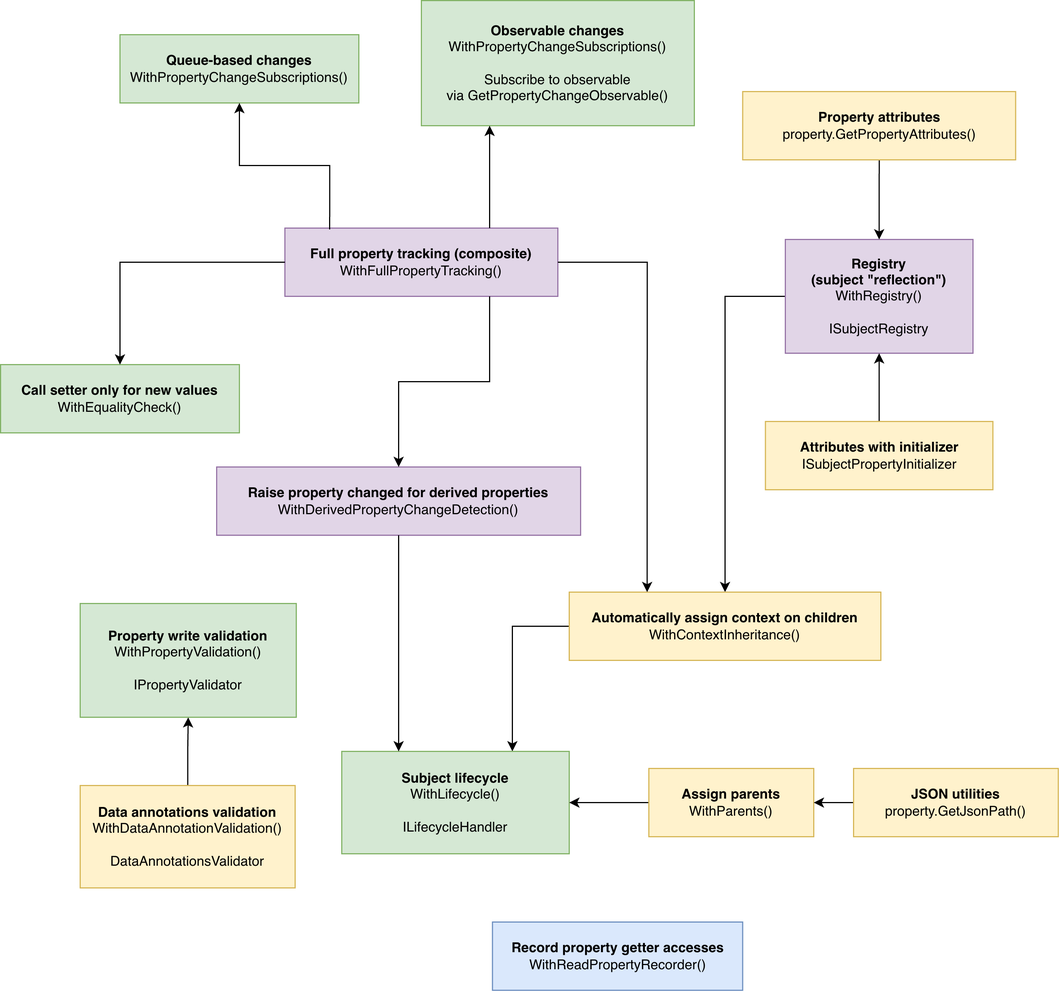
Above: features.png in RicoSuter/Namotion.Interceptor (draw.io), before the change. Source tidied: cells renumbered, new cells last; positions are measured from the earlier drawing's top-left corner, leaving out a move shared by most shapes.
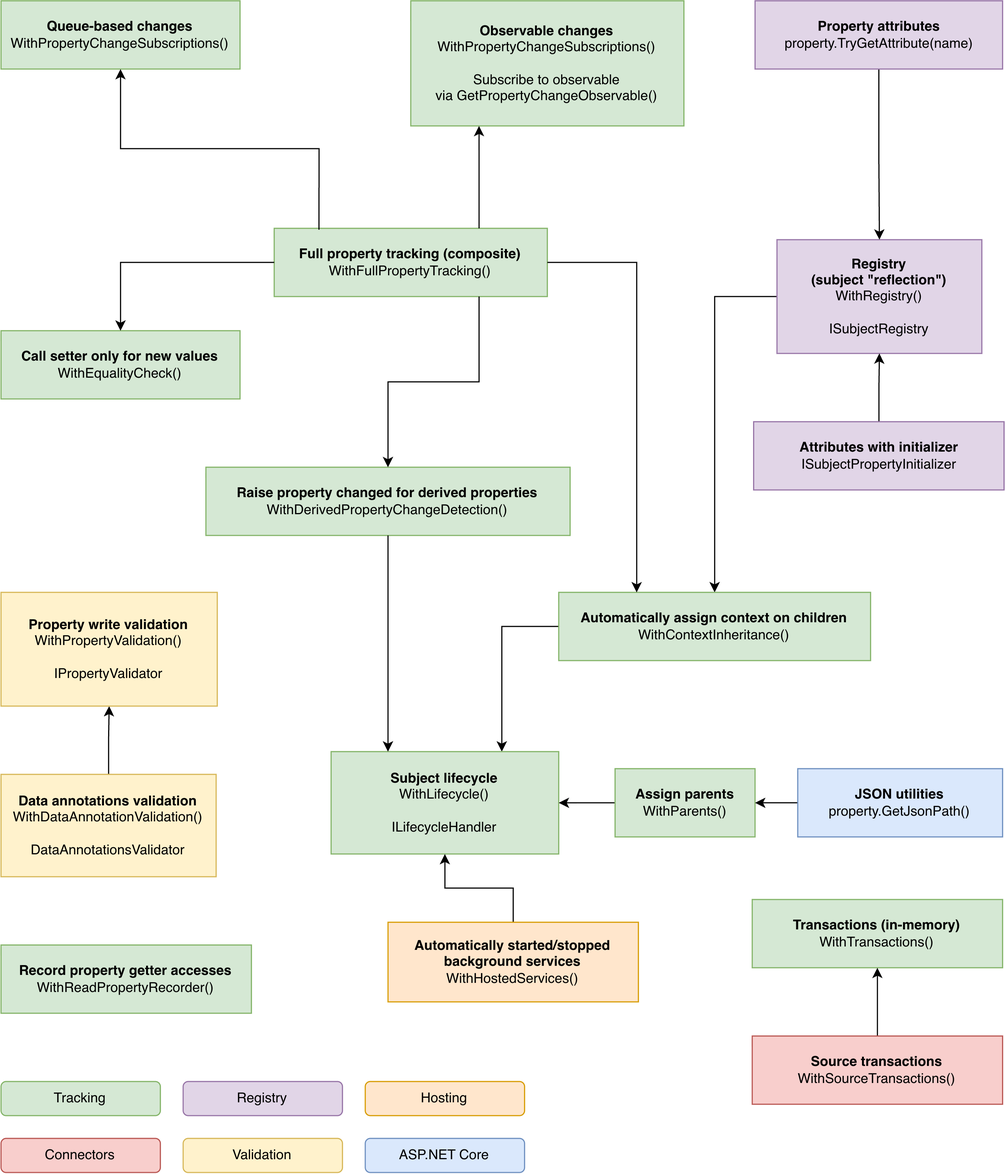
Above is the later version.

Commit message:
docs: recolor the feature diagram by package and correct the README (#590)

What changed in the source:
```diff
@@ -5,17 +5,17 @@
     <mxCell id="2" style="edgeStyle=orthogonalEdgeStyle;rounded=0;jettySize=auto;html=1;entryX=0.5;entryY=1;entryDx=0;entryDy=0;" parent="1" edge="1" source="4" target="3">
       <mxGeometry relative="1" as="geometry" />
     </mxCell>
-    <mxCell id="3" value="&lt;div&gt;&lt;b&gt;Property write validation&lt;/b&gt;&lt;/div&gt;&lt;div&gt;WithPropertyValidation()&lt;/div&gt;&lt;div&gt;&lt;br&gt;&lt;/div&gt;IPropertyValidator" style="rounded=0;whiteSpace=wrap;html=1;fillColor=#d5e8d4;strokeColor=#82b366;" parent="1" vertex="1">
-      <mxGeometry x="70" y="530" width="190" height="100" as="geometry" />
+    <mxCell id="3" value="&lt;div&gt;&lt;b&gt;Property write validation&lt;/b&gt;&lt;/div&gt;&lt;div&gt;WithPropertyValidation()&lt;/div&gt;&lt;div&gt;&lt;br&gt;&lt;/div&gt;IPropertyValidator" style="rounded=0;whiteSpace=wrap;html=1;fillColor=#fff2cc;strokeColor=#d6b656;" parent="1" vertex="1">
+      <mxGeometry x="10" y="520" width="190" height="100" as="geometry" />
     </mxCell>
     <mxCell id="4" value="&lt;div&gt;&lt;b&gt;&lt;span style=&quot;background-color: initial;&quot;&gt;Data annotations validation&lt;/span&gt;&lt;/b&gt;&lt;/div&gt;&lt;div&gt;&lt;span style=&quot;background-color: initial;&quot;&gt;WithDataAnnotationValidation()&lt;/span&gt;&lt;br&gt;&lt;/div&gt;&lt;div&gt;&lt;br&gt;&lt;/div&gt;DataAnnotationsValidator" style="rounded=0;whiteSpace=wrap;html=1;fillColor=#fff2cc;strokeColor=#d6b656;" parent="1" vertex="1">
-      <mxGeometry x="70" y="690" width="189" height="90" as="geometry" />
+      <mxGeometry x="10" y="680" width="189" height="90" as="geometry" />
     </mxCell>
     <mxCell id="5" style="edgeStyle=orthogonalEdgeStyle;rounded=0;jettySize=auto;html=1;entryX=0.5;entryY=0;entryDx=0;entryDy=0;exitX=0;exitY=0.5;exitDx=0;exitDy=0;" parent="1" edge="1" source="6" target="9">
       <mxGeometry relative="1" as="geometry" />
     </mxCell>
     <mxCell id="6" value="&lt;b&gt;Registry &lt;br&gt;(subject &quot;reflection&quot;)&lt;/b&gt;&lt;div&gt;WithRegistry()&lt;/div&gt;&lt;div&gt;&lt;br&gt;&lt;div&gt;ISubjectRegistry&lt;br&gt;&lt;/div&gt;&lt;/div&gt;" style="rounded=0;whiteSpace=wrap;html=1;fillColor=#e1d5e7;strokeColor=#9673a6;" parent="1" vertex="1">
-      <mxGeometry x="690" y="210" width="165" height="100" as="geometry" />
+      <mxGeometry x="691.8" y="210" width="180" height="100" as="geometry" />
     </mxCell>
     <mxCell id="7" style="edgeStyle=orthogonalEdgeStyle;rounded=0;jettySize=auto;html=1;entryX=0.75;entryY=0;entryDx=0;entryDy=0;exitX=0;exitY=0.5;exitDx=0;exitDy=0;" parent="1" edge="1" source="9" target="8">
       <mxGeometry relative="1" as="geometry">
@@ -27,55 +27,49 @@
     <mxCell id="8" value="&lt;div&gt;&lt;b&gt;Subject lifecycle&lt;/b&gt;&lt;/div&gt;&lt;div&gt;WithLifecycle()&lt;br&gt;&lt;/div&gt;&lt;div&gt;&lt;br&gt;&lt;/div&gt;ILifecycleHandler" style="rounded=0;whiteSpace=wrap;html=1;fillColor=#d5e8d4;strokeColor=#82b366;" parent="1" vertex="1">
       <mxGeometry x="300" y="660" width="200" height="90" as="geometry" />
     </mxCell>
-    <mxCell id="9" value="&lt;div&gt;&lt;b&gt;Automatically assign context on children&lt;/b&gt;&lt;/div&gt;WithContextInheritance()" style="rounded=0;whiteSpace=wrap;html=1;fillColor=#fff2cc;strokeColor=#d6b656;" parent="1" vertex="1">
+    <mxCell id="9" value="&lt;div&gt;&lt;b&gt;Automatically assign context on children&lt;/b&gt;&lt;/div&gt;WithContextInheritance()" style="rounded=0;whiteSpace=wrap;html=1;fillColor=#d5e8d4;strokeColor=#82b366;" parent="1" vertex="1">
       <mxGeometry x="500" y="520" width="274" height="60" as="geometry" />
     </mxCell>
     <mxCell id="10" style="edgeStyle=orthogonalEdgeStyle;rounded=0;jettySize=auto;html=1;entryX=1;entryY=0.5;entryDx=0;entryDy=0;" parent="1" edge="1" source="11" target="8">
       <mxGeometry relative="1" as="geometry" />
     </mxCell>
-    <mxCell id="11" value="&lt;div&gt;&lt;b&gt;Assign parents&lt;/b&gt;&lt;/div&gt;WithParents()" style="rounded=0;whiteSpace=wrap;html=1;fillColor=#fff2cc;strokeColor=#d6b656;" parent="1" vertex="1">
-      <mxGeometry x="570" y="675" width="145" height="60" as="geometry" />
+    <mxCell id="11" value="&lt;div&gt;&lt;b&gt;Assign parents&lt;/b&gt;&lt;/div&gt;WithParents()" style="rounded=0;whiteSpace=wrap;html=1;fillColor=#d5e8d4;strokeColor=#82b366;" parent="1" vertex="1">
+      <mxGeometry x="549.5" y="675" width="123" height="60" as="geometry" />
     </mxCell>
     <mxCell id="12" value="&lt;div&gt;&lt;span style=&quot;background-color: initial;&quot;&gt;&lt;b&gt;Observable changes&lt;/b&gt;&lt;/span&gt;&lt;/div&gt;&lt;div&gt;&lt;span style=&quot;background-color: transparent;&quot;&gt;WithPropertyChangeSubscriptions&lt;/span&gt;&lt;span style=&quot;background-color: initial;&quot;&gt;()&lt;/span&gt;&lt;br&gt;&lt;/div&gt;&lt;div&gt;&lt;br&gt;&lt;/div&gt;&lt;div&gt;Subscribe to observable via&amp;nbsp;GetPropertyChangeObservable()&lt;/div&gt;" style="rounded=0;whiteSpace=wrap;html=1;fillColor=#d5e8d4;strokeColor=#82b366;" parent="1" vertex="1">
       <mxGeometry x="370" width="240" height="110" as="geometry" />
     </mxCell>
-    <mxCell id="13" value="&lt;div&gt;&lt;b&gt;Record property getter accesses&lt;/b&gt;&lt;/div&gt;WithReadPropertyRecorder()" style="rounded=0;whiteSpace=wrap;html=1;fillColor=#dae8fc;strokeColor=#6c8ebf;" parent="1" vertex="1">
-      <mxGeometry x="432.5" y="810" width="220" height="60" as="geometry" />
+    <mxCell id="13" value="&lt;div&gt;&lt;b&gt;Record property getter accesses&lt;/b&gt;&lt;/div&gt;WithReadPropertyRecorder()" style="rounded=0;whiteSpace=wrap;html=1;fillColor=#d5e8d4;strokeColor=#82b366;" parent="1" vertex="1">
+      <mxGeometry x="10" y="830" width="220" height="60" as="geometry" />
     </mxCell>
-    <mxCell id="14" value="&lt;div&gt;&lt;b&gt;Raise property changed for derived properties&lt;/b&gt;&lt;/div&gt;WithDerivedPropertyChangeDetection()" style="rounded=0;whiteSpace=wrap;html=1;fillColor=#e1d5e7;strokeColor=#9673a6;" parent="1" vertex="1">
+    <mxCell id="14" value="&lt;div&gt;&lt;b&gt;Raise property changed for derived properties&lt;/b&gt;&lt;/div&gt;WithDerivedPropertyChangeDetection()" style="rounded=0;whiteSpace=wrap;html=1;fillColor=#d5e8d4;strokeColor=#82b366;" parent="1" vertex="1">
       <mxGeometry x="190" y="410" width="320" height="60" as="geometry" />
     </mxCell>
     <mxCell id="15" style="edgeStyle=orthogonalEdgeStyle;rounded=0;jettySize=auto;html=1;entryX=0.25;entryY=0;entryDx=0;entryDy=0;" parent="1" edge="1" source="14" target="8">
       <mxGeometry relative="1" as="geometry" />
     </mxCell>
     <mxCell id="16" value="&lt;div&gt;&lt;b&gt;Call setter only for new values&lt;/b&gt;&lt;/div&gt;WithEqualityCheck()" style="rounded=0;whiteSpace=wrap;html=1;fillColor=#d5e8d4;strokeColor=#82b366;" parent="1" vertex="1">
-      <mxGeometry y="320" width="210" height="60" as="geometry" />
+      <mxGeometry x="10" y="290" width="210" height="60" as="geometry" />
     </mxCell>
     <mxCell id="17" style="edgeStyle=orthogonalEdgeStyle;rounded=0;jettySize=auto;html=1;entryX=1;entryY=0.5;entryDx=0;entryDy=0;" parent="1" edge="1" source="18" target="11">
       <mxGeometry relative="1" as="geometry" />
     </mxCell>
-    <mxCell id="18" value="&lt;b&gt;JSON utilities&lt;/b&gt;&lt;br&gt;property.GetJsonPath()" style="rounded=0;whiteSpace=wrap;html=1;fillColor=#fff2cc;strokeColor=#d6b656;" parent="1" vertex="1">
-      <mxGeometry x="750" y="675" width="180" height="60" as="geometry" />
+    <mxCell id="18" value="&lt;b&gt;JSON utilities&lt;/b&gt;&lt;br&gt;property.GetJsonPath()" style="rounded=0;whiteSpace=wrap;html=1;fillColor=#dae8fc;strokeColor=#6c8ebf;" parent="1" vertex="1">
+      <mxGeometry x="710" y="675" width="180" height="60" as="geometry" />
     </mxCell>
-    <mxCell id="19" style="edgeStyle=orthogonalEdgeStyle;rounded=0;jettySize=auto;html=1;entryX=0.5;entryY=0;entryDx=0;entryDy=0;exitX=0.5;exitY=1;exitDx=0;exitDy=0;" parent="1" edge="1" source="20" target="6">
-      <mxGeometry relative="1" as="geometry">
-        <Array as="points">
-          <mxPoint x="770" y="110" />
-          <mxPoint x="770" y="130" />
-          <mxPoint x="773" y="130" />
-        </Array>
-      </mxGeometry>
+    <mxCell id="19" style="edgeStyle=orthogonalEdgeStyle;rounded=0;jettySize=auto;html=1;entryX=0.5;entryY=0;entryDx=0;entryDy=0;" parent="1" edge="1" source="20" target="6">
+      <mxGeometry relative="1" as="geometry" />
     </mxCell>
-    <mxCell id="20" value="&lt;b&gt;Property attributes&lt;/b&gt;&lt;div&gt;property.GetPropertyAttributes()&lt;/div&gt;" style="rounded=0;whiteSpace=wrap;html=1;fillColor=#fff2cc;strokeColor=#d6b656;" parent="1" vertex="1">
-      <mxGeometry x="652.5" y="80" width="240" height="60" as="geometry" />
+    <mxCell id="20" value="&lt;b&gt;Property attributes&lt;/b&gt;&lt;div&gt;property.TryGetAttribute(name)&lt;/div&gt;" style="rounded=0;whiteSpace=wrap;html=1;fillColor=#e1d5e7;strokeColor=#9673a6;" parent="1" vertex="1">
+      <mxGeometry x="672.5" width="217.5" height="60" as="geometry" />
     </mxCell>
     <mxCell id="21" style="edgeStyle=orthogonalEdgeStyle;rounded=0;jettySize=auto;html=1;entryX=0.5;entryY=1;entryDx=0;entryDy=0;" parent="1" edge="1" source="22" target="6">
       <mxGeometry relative="1" as="geometry" />
     </mxCell>
-    <mxCell id="22" value="&lt;div&gt;&lt;b&gt;Attributes with initializer&lt;/b&gt;&lt;/div&gt;ISubjectPropertyInitializer" style="rounded=0;whiteSpace=wrap;html=1;fillColor=#fff2cc;strokeColor=#d6b656;" parent="1" vertex="1">
-      <mxGeometry x="672.5" y="370" width="200" height="60" as="geometry" />
+    <mxCell id="22" value="&lt;div&gt;&lt;b&gt;Attributes with initializer&lt;/b&gt;&lt;/div&gt;ISubjectPropertyInitializer" style="rounded=0;whiteSpace=wrap;html=1;fillColor=#e1d5e7;strokeColor=#9673a6;" parent="1" vertex="1">
+      <mxGeometry x="671.2" y="370" width="220" height="60" as="geometry" />
     </mxCell>
-    <mxCell id="23" value="&lt;div&gt;&lt;b&gt;Full property tracking (composite)&lt;/b&gt;&lt;/div&gt;WithFullPropertyTracking()" style="rounded=0;whiteSpace=wrap;html=1;fillColor=#e1d5e7;strokeColor=#9673a6;" parent="1" vertex="1">
+    <mxCell id="23" value="&lt;div&gt;&lt;b&gt;Full property tracking (composite)&lt;/b&gt;&lt;/div&gt;WithFullPropertyTracking()" style="rounded=0;whiteSpace=wrap;html=1;fillColor=#d5e8d4;strokeColor=#82b366;" parent="1" vertex="1">
       <mxGeometry x="250" y="200" width="240" height="60" as="geometry" />
     </mxCell>
     <mxCell id="24" style="edgeStyle=orthogonalEdgeStyle;rounded=0;jettySize=auto;html=1;entryX=0.5;entryY=0;entryDx=0;entryDy=0;exitX=0;exitY=0.5;exitDx=0;exitDy=0;" parent="1" edge="1" source="23" target="16">
@@ -91,10 +85,48 @@
       <mxGeometry relative="1" as="geometry" />
     </mxCell>
     <mxCell id="28" value="&lt;div&gt;&lt;b&gt;Queue-based changes&lt;/b&gt;&lt;/div&gt;WithPropertyChangeSubscriptions()" style="rounded=0;whiteSpace=wrap;html=1;fillColor=#d5e8d4;strokeColor=#82b366;" parent="1" vertex="1">
-      <mxGeometry x="105" y="30" width="210" height="60" as="geometry" />
+      <mxGeometry x="10" width="210" height="60" as="geometry" />
     </mxCell>
     <mxCell id="29" style="edgeStyle=orthogonalEdgeStyle;rounded=0;jettySize=auto;html=1;entryX=0.5;entryY=1;entryDx=0;entryDy=0;exitX=0.164;exitY=0.02;exitDx=0;exitDy=0;exitPerimeter=0;" parent="1" edge="1" source="23" target="28">
-      <mxGeometry relative="1" as="geometry" />
+      <mxGeometry relative="1" as="geometry">
+        <Array as="points">
+          <mxPoint x="289.4" y="130" />
+          <mxPoint x="115" y="130" />
+        </Array>
+      </mxGeometry>
     </mxCell>
+    <mxCell id="30" style="edgeStyle=orthogonalEdgeStyle;rounded=0;jettySize=auto;html=1;entryX=0.5;entryY=1;entryDx=0;entryDy=0;" parent="1" edge="1" source="31" target="8">
+      <mxGeometry relative="1" as="geometry" />
+    </mxCell>
+    <mxCell id="31" value="&lt;div&gt;&lt;b&gt;Automatically started/stopped background services&lt;/b&gt;&lt;/div&gt;WithHostedServices()" style="rounded=0;whiteSpace=wrap;html=1;fillColor=#ffe6cc;strokeColor=#d79b00;" parent="1" vertex="1">
+      <mxGeometry x="350" y="810" width="220" height="70" as="geometry" />
+    </mxCell>
+    <mxCell id="32" value="&lt;div&gt;&lt;span style=&quot;background-color: transparent; color: light-dark(rgb(0, 0, 0), rgb(255, 255, 255));&quot;&gt;&lt;b&gt;Transactions (in-memory)&lt;/b&gt;&lt;/span&gt;&lt;/div&gt;&lt;div&gt;&lt;span style=&quot;background-color: transparent; color: light-dark(rgb(0, 0, 0), rgb(255, 255, 255));&quot;&gt;WithTransactions()&lt;/span&gt;&lt;/div&gt;" style="rounded=0;whiteSpace=wrap;html=1;fillColor=#d5e8d4;strokeColor=#82b366;" parent="1" vertex="1">
+      <mxGeometry x="670" y="790" width="220" height="60" as="geometry" />
+    </mxCell>
+    <mxCell id="33" style="edgeStyle=orthogonalEdgeStyle;rounded=0;jettySize=auto;html=1;entryX=0.5;entryY=1;entryDx=0;entryDy=0;" parent="1" edge="1" source="34" target="32">
+      <mxGeometry relative="1" as="geometry" />
+    </mxCell>
+    <mxCell id="34" value="&lt;div&gt;&lt;b&gt;Source transactions&lt;/b&gt;&lt;/div&gt;WithSourceTransactions()" style="rounded=0;whiteSpace=wrap;html=1;fillColor=#f8cecc;strokeColor=#b85450;" parent="1" vertex="1">
+      <mxGeometry x="670" y="910" width="220" height="60" as="geometry" />
+    </mxCell>
+    <mxCell id="35" value="Tracking" style="rounded=1;whiteSpace=wrap;html=1;fillColor=#d5e8d4;strokeColor=#82b366;fontSize=12;" parent="1" vertex="1">
+      <mxGeometry x="10" y="950" width="140" height="30" as="geometry" />
+    </mxCell>
+    <mxCell id="36" value="Registry" style="rounded=1;whiteSpace=wrap;html=1;fillColor=#e1d5e7;strokeColor=#9673a6;fontSize=12;" parent="1" vertex="1">
+      <mxGeometry x="170" y="950" width="140" height="30" as="geometry" />
+    </mxCell>
+    <mxCell id="37" value="Validation" style="rounded=1;whiteSpace=wrap;html=1;fillColor=#fff2cc;strokeColor=#d6b656;fontSize=12;" parent="1" vertex="1">
+      <mxGeometry x="170" y="1000" width="140" height="30" as="geometry" />
+    </mxCell>
+    <mxCell id="38" value="Hosting" style="rounded=1;whiteSpace=wrap;html=1;fillColor=#ffe6cc;strokeColor=#d79b00;fontSize=12;" parent="1" vertex="1">
+      <mxGeometry x="330" y="950" width="140" height="30" as="geometry" />
+    </mxCell>
+    <mxCell id="39" value="Connectors" style="rounded=1;whiteSpace=wrap;html=1;fillColor=#f8cecc;strokeColor=#b85450;fontSize=12;" parent="1" vertex="1">
+      <mxGeometry x="10" y="1000" width="140" height="30" as="geometry" />
+    </mxCell>
+    <mxCell id="40" value="ASP.NET Core" style="rounded=1;whiteSpace=wrap;html=1;fillColor=#dae8fc;strokeColor=#6c8ebf;fontSize=12;" parent="1" vertex="1">
+      <mxGeometry x="330" y="1000" width="140" height="30" as="geometry" />
+    </mxCell>
   </root>
 </mxGraphModel>
```
